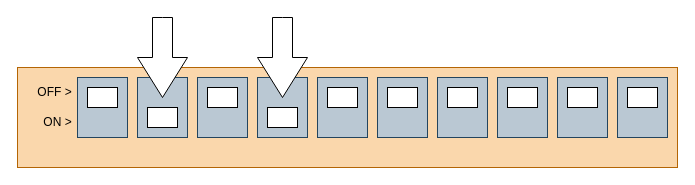
The draw.io diagram diagrams/dip_switches/example_ip.dio in show-io/showio-docs, before the edit. Source tidied: cells renumbered, new cells numbered last; positions are measured from the earlier drawing's top-left corner, leaving out a move shared by most shapes. Both pictures are drawn from the tidied source at 100%, with x=0, y=0 at pixel (17, 17).
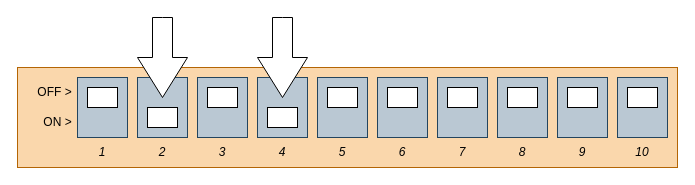
Above is the later version.

The edit, as a diff of the source:
```diff
@@
+    <mxCell id="27" value="&lt;i&gt;1&lt;/i&gt;" style="text;html=1;align=center;verticalAlign=middle;whiteSpace=wrap;rounded=0;" parent="1" vertex="1">
+      <mxGeometry x="60" y="120" width="50" height="30" as="geometry" />
+    </mxCell>
+    <mxCell id="28" value="&lt;i&gt;2&lt;/i&gt;" style="text;html=1;align=center;verticalAlign=middle;whiteSpace=wrap;rounded=0;" parent="1" vertex="1">
+      <mxGeometry x="120" y="120" width="50" height="30" as="geometry" />
+    </mxCell>
+    <mxCell id="29" value="&lt;i&gt;3&lt;/i&gt;" style="text;html=1;align=center;verticalAlign=middle;whiteSpace=wrap;rounded=0;" parent="1" vertex="1">
+      <mxGeometry x="180" y="120" width="50" height="30" as="geometry" />
+    </mxCell>
+    <mxCell id="30" value="&lt;i&gt;4&lt;/i&gt;" style="text;html=1;align=center;verticalAlign=middle;whiteSpace=wrap;rounded=0;" parent="1" vertex="1">
+      <mxGeometry x="240" y="120" width="50" height="30" as="geometry" />
+    </mxCell>
+    <mxCell id="31" value="&lt;i&gt;5&lt;/i&gt;" style="text;html=1;align=center;verticalAlign=middle;whiteSpace=wrap;rounded=0;" parent="1" vertex="1">
+      <mxGeometry x="300" y="120" width="50" height="30" as="geometry" />
+    </mxCell>
+    <mxCell id="32" value="&lt;i&gt;6&lt;/i&gt;" style="text;html=1;align=center;verticalAlign=middle;whiteSpace=wrap;rounded=0;" parent="1" vertex="1">
+      <mxGeometry x="360" y="120" width="50" height="30" as="geometry" />
+    </mxCell>
+    <mxCell id="33" value="&lt;i&gt;7&lt;/i&gt;" style="text;html=1;align=center;verticalAlign=middle;whiteSpace=wrap;rounded=0;" parent="1" vertex="1">
+      <mxGeometry x="420" y="120" width="50" height="30" as="geometry" />
+    </mxCell>
+    <mxCell id="34" value="&lt;i&gt;8&lt;/i&gt;" style="text;html=1;align=center;verticalAlign=middle;whiteSpace=wrap;rounded=0;" parent="1" vertex="1">
+      <mxGeometry x="480" y="120" width="50" height="30" as="geometry" />
+    </mxCell>
+    <mxCell id="35" value="&lt;i&gt;9&lt;/i&gt;" style="text;html=1;align=center;verticalAlign=middle;whiteSpace=wrap;rounded=0;" parent="1" vertex="1">
+      <mxGeometry x="540" y="120" width="50" height="30" as="geometry" />
+    </mxCell>
+    <mxCell id="36" value="&lt;i&gt;10&lt;/i&gt;" style="text;html=1;align=center;verticalAlign=middle;whiteSpace=wrap;rounded=0;" parent="1" vertex="1">
+      <mxGeometry x="600" y="120" width="50" height="30" as="geometry" />
+    </mxCell>
```
